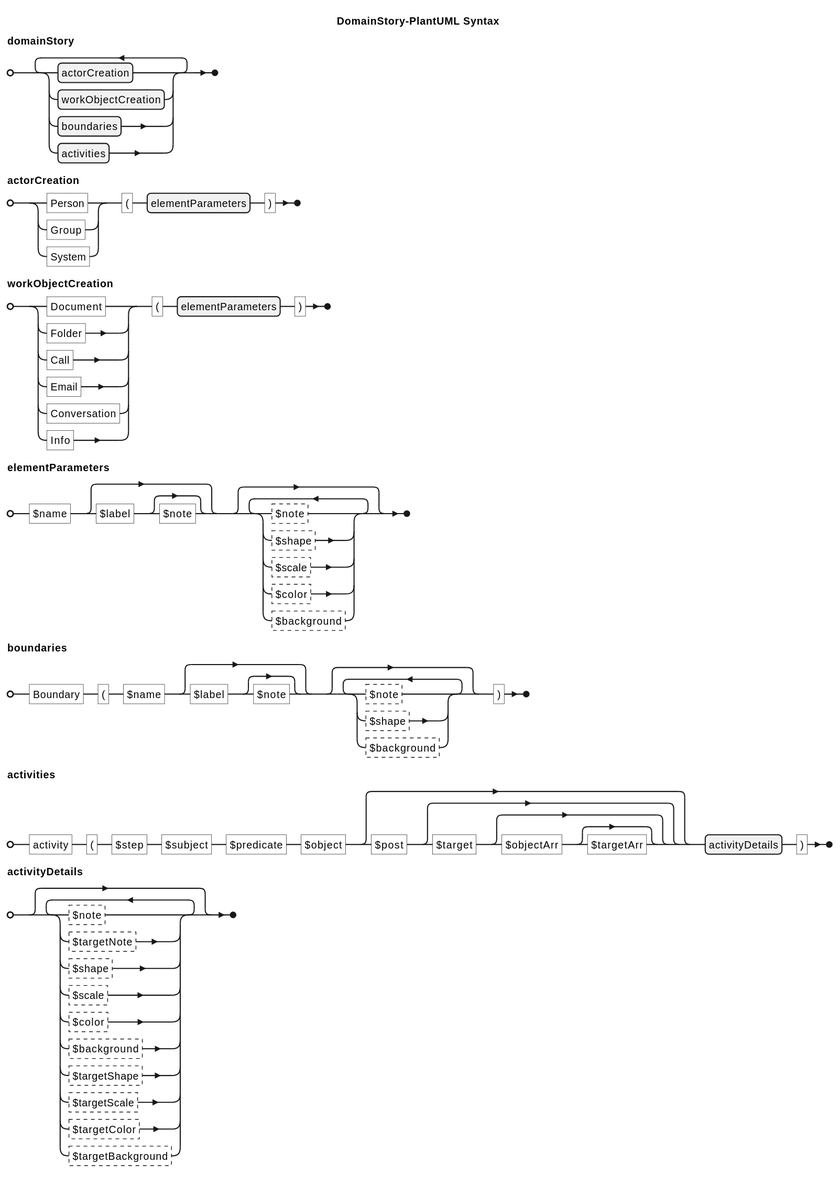
This is assets/macroSyntax.svg from johthor/DomainStory-PlantUML, a PlantUML export, as it was before one commit. The source it was exported from:
```plantuml
@startebnf
title DomainStory-PlantUML Syntax

domainStory = { actorCreation | workObjectCreation | boundaries | activities }-;

actorCreation = ("Person" | "Group" | "System"), "(", elementParameters, ")";

workObjectCreation= ("Document" | "Folder" | "Call" | "Email" | "Conversation" | "Info"), "(", elementParameters, ")";

elementParameters = "$name",[ "$label", ["$note"] ], { ?$note? | ?$shape? | ?$scale? | ?$color? | ?$background? };

boundaries = "Boundary", "(", "$name", [ "$label", ["$note"] ], { ?$note? | ?$shape? | ?$background? },")";

activities = "activity", "(", "$step", "$subject", "$predicate", "$object", [ "$post", ["$target", [ "$objectArr", ["$targetArr"] ] ] ], activityDetails,")";
activityDetails = { ?$note? | ?$targetNote? | ?$shape? | ?$scale? | ?$color? | ?$background? | ?$targetShape? | ?$targetScale? | ?$targetColor? | ?$targetBackground? };
@endebnf
```
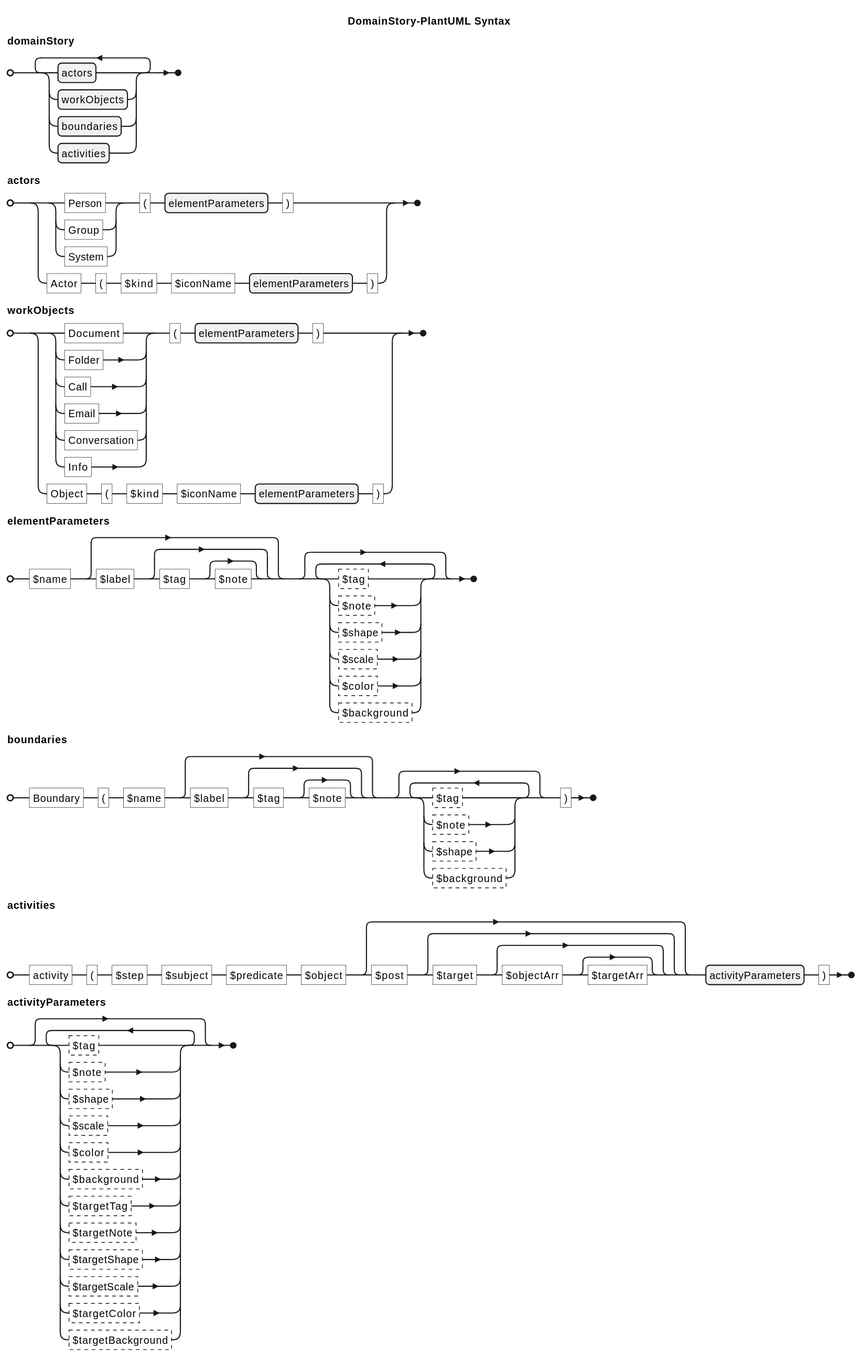
The same file after the commit.

Diff of the diagram source:
```diff
@@ -1,16 +1,16 @@
 @startebnf
 title DomainStory-PlantUML Syntax
 
-domainStory = { actorCreation | workObjectCreation | boundaries | activities }-;
+domainStory = { actors | workObjects | boundaries | activities }-;
 
-actorCreation = ("Person" | "Group" | "System"), "(", elementParameters, ")";
+actors = ( ("Person" | "Group" | "System"), "(", elementParameters, ")" ) |( "Actor", "(", "$kind", "$iconName", elementParameters, ")" );
 
-workObjectCreation= ("Document" | "Folder" | "Call" | "Email" | "Conversation" | "Info"), "(", elementParameters, ")";
+workObjects = ( ("Document" | "Folder" | "Call" | "Email" | "Conversation" | "Info"), "(", elementParameters, ")" ) |( "Object", "(", "$kind", "$iconName", elementParameters, ")" );
 
-elementParameters = "$name",[ "$label", ["$note"] ], { ?$note? | ?$shape? | ?$scale? | ?$color? | ?$background? };
+elementParameters = "$name",[ "$label", ["$tag", ["$note"] ] ], { ?$tag? | ?$note? | ?$shape? | ?$scale? | ?$color? | ?$background? };
 
-boundaries = "Boundary", "(", "$name", [ "$label", ["$note"] ], { ?$note? | ?$shape? | ?$background? },")";
+boundaries = "Boundary", "(", "$name", [ "$label", ["$tag", ["$note"] ] ], { ?$tag? | ?$note? | ?$shape? | ?$background? },")";
 
-activities = "activity", "(", "$step", "$subject", "$predicate", "$object", [ "$post", ["$target", [ "$objectArr", ["$targetArr"] ] ] ], activityDetails,")";
-activityDetails = { ?$note? | ?$targetNote? | ?$shape? | ?$scale? | ?$color? | ?$background? | ?$targetShape? | ?$targetScale? | ?$targetColor? | ?$targetBackground? };
+activities = "activity", "(", "$step", "$subject", "$predicate", "$object", [ "$post", ["$target", [ "$objectArr", ["$targetArr"] ] ] ], activityParameters,")";
+activityParameters = { ?$tag? | ?$note? | ?$shape? | ?$scale? | ?$color? | ?$background? |?$targetTag? | ?$targetNote? | ?$targetShape? | ?$targetScale? | ?$targetColor? | ?$targetBackground? };
 @endebnf
```
